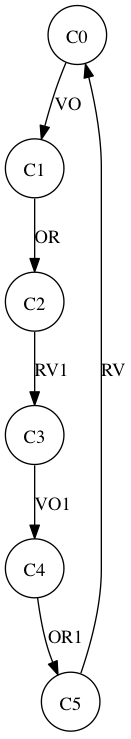
Before: ressources/part1/traitement-question4/graphe.png, a diagram exported from Graphviz (masters-info-nantes/hong-cheng-lv). Its source is kept beside it as ressources/part1/traitement-question4/graphe.dot.
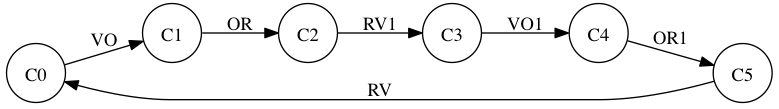
After the commit.

What changed in the source:
```diff
@@ -1,6 +1,6 @@
 digraph automaton {
 node [shape = circle];
-rankdir=TD;
+rankdir=LR;
 C0 -> C1 [label="VO"];
 C1 -> C2 [label="OR"];
 C2 -> C3 [label="RV1"];
```
